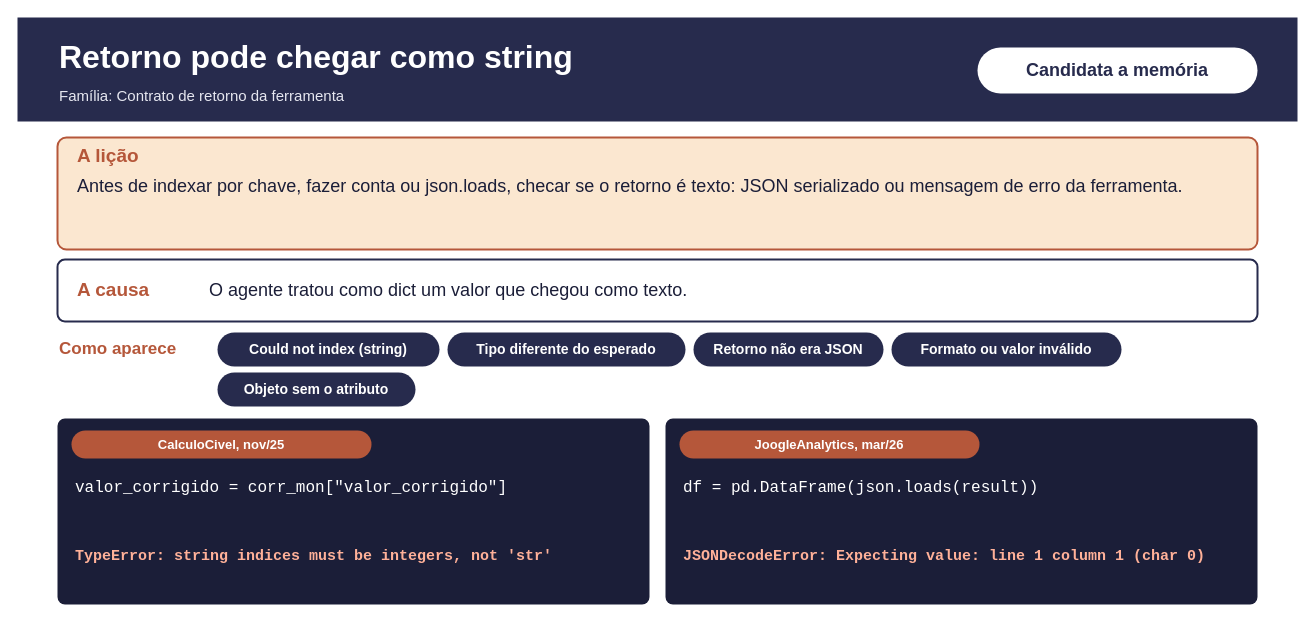
Earlier version of the draw.io diagram page "Retorno pode chegar como str" (1 of 19) of docs/sources/draw.io/anexo_fichas_unidades.drawio (rc-ventura/memory_layer_ai_agents). Source tidied: cells renumbered, new cells numbered last; positions are measured from the earlier drawing's top-left corner, leaving out a move shared by most shapes. Both pictures are drawn from the tidied source at 100%, with x=0, y=0 at pixel (17, 17).
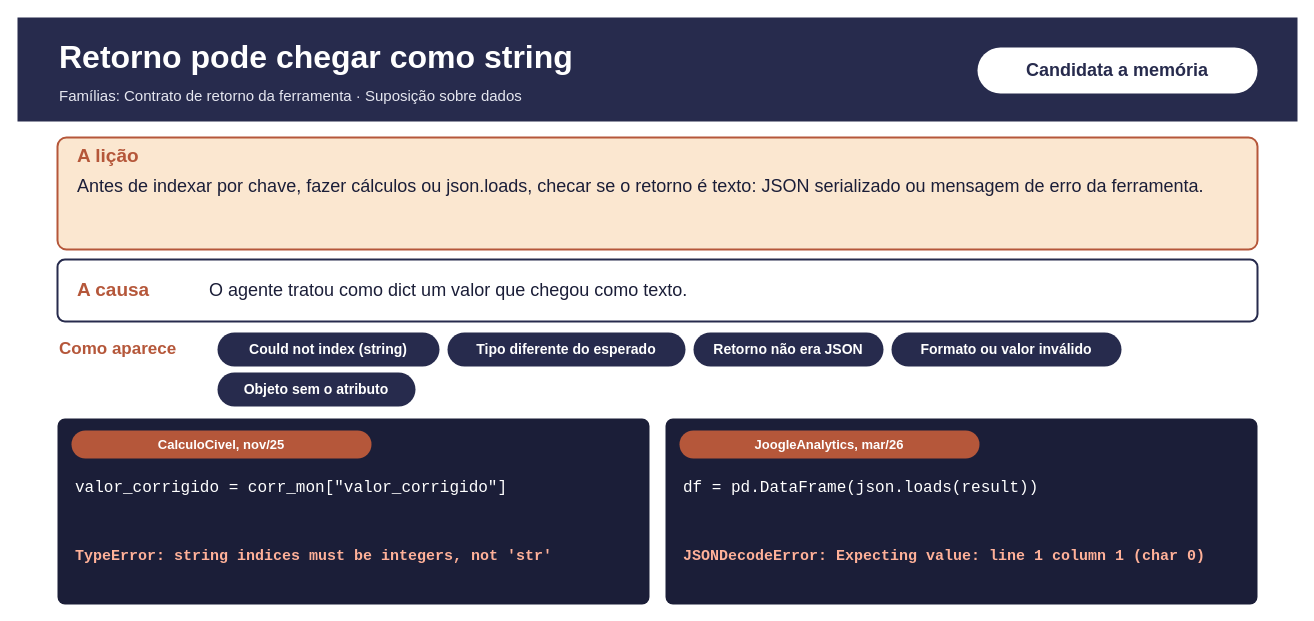
The same diagram, later.

Change to the diagram source:
```diff
@@
-    <mxCell id="4" value="Família: Contrato de retorno da ferramenta" style="text;html=1;verticalAlign=middle;whiteSpace=wrap;align=left;fontSize=15;fontColor=#E6E7F0;" parent="1" vertex="1">
+    <mxCell id="4" value="Famílias: Contrato de retorno da ferramenta · Suposição sobre dados" style="text;html=1;verticalAlign=middle;whiteSpace=wrap;align=left;fontSize=15;fontColor=#E6E7F0;" parent="1" vertex="1">
       <mxGeometry x="40" y="64" width="880" height="28" as="geometry" />
     </mxCell>
@@
-    <mxCell id="8" value="Antes de indexar por chave, fazer conta ou json.loads, checar se o retorno é texto: JSON serializado ou mensagem de erro da ferramenta." style="text;html=1;verticalAlign=top;whiteSpace=wrap;align=left;fontSize=18;fontColor=#1B1E38;" parent="1" vertex="1">
+    <mxCell id="8" value="Antes de indexar por chave, fazer cálculos ou json.loads, checar se o retorno é texto: JSON serializado ou mensagem de erro da ferramenta." style="text;html=1;verticalAlign=top;whiteSpace=wrap;align=left;fontSize=18;fontColor=#1B1E38;" parent="1" vertex="1">
       <mxGeometry x="58" y="152" width="1164" height="76" as="geometry" />
     </mxCell>
```
